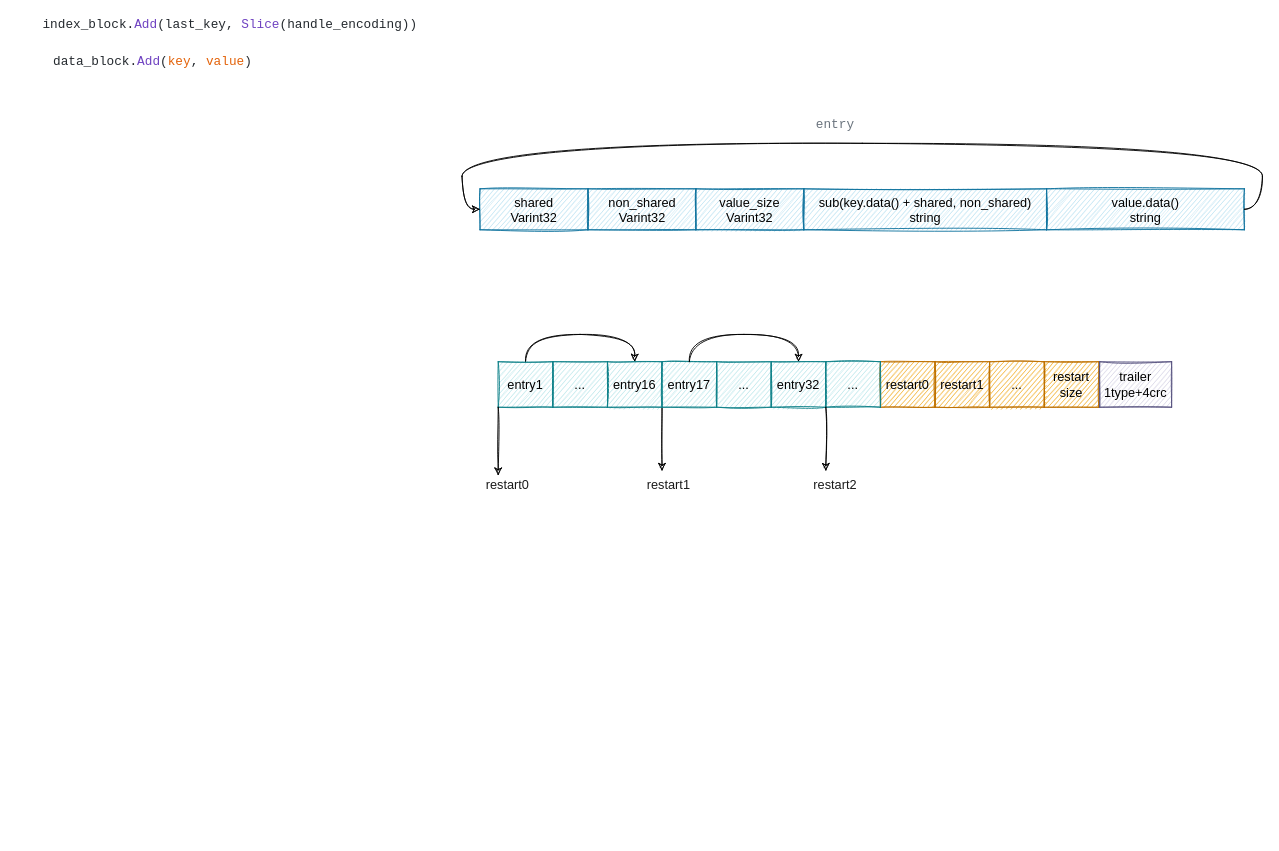
Earlier version of the draw.io diagram 20211027.drawio (RiverFerry/picBed). Source tidied: cells renumbered, new cells numbered last; positions are measured from the earlier drawing's top-left corner, leaving out a move shared by most shapes. Both pictures are drawn from the tidied source at 91%, with x=0, y=0 at pixel (52, 15).
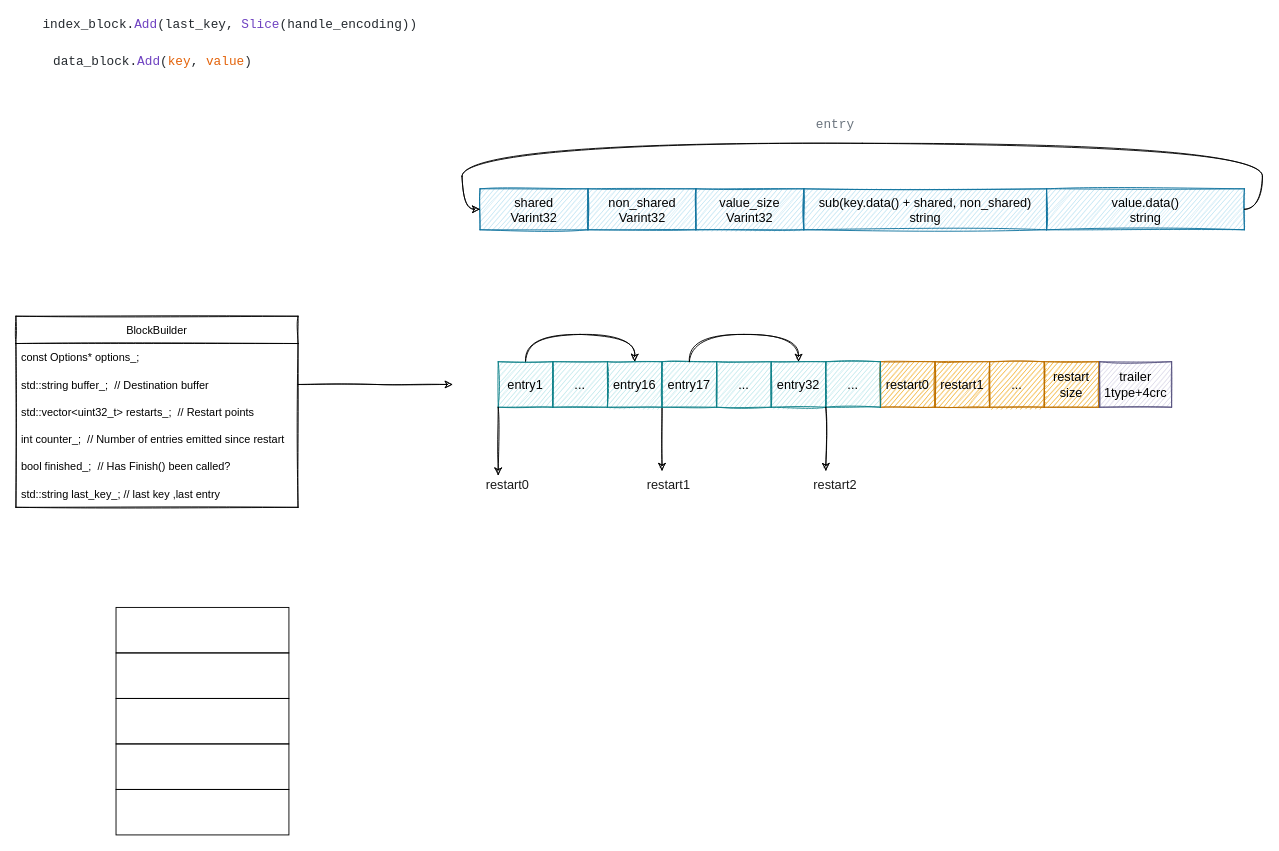
After the change.

Change to the diagram source:
```diff
@@
+    <mxCell id="32" value="BlockBuilder" style="swimlane;fontStyle=0;horizontal=1;startSize=30;sketch=1;" parent="1" vertex="1">
+      <mxGeometry x="-40" y="330" width="310" height="210" as="geometry" />
+    </mxCell>
+    <mxCell id="33" value="const Options* options_;" style="text;strokeColor=none;fillColor=none;align=left;verticalAlign=middle;spacingLeft=4;spacingRight=4;overflow=hidden;fontColor=#000000;sketch=1;" parent="32" vertex="1">
+      <mxGeometry y="30" width="310" height="30" as="geometry" />
+    </mxCell>
+    <mxCell id="34" value="std::string buffer_;  // Destination buffer" style="text;strokeColor=none;fillColor=none;align=left;verticalAlign=middle;spacingLeft=4;spacingRight=4;overflow=hidden;points=[[0,0.5],[1,0.5]];portConstraint=eastwest;fontColor=#000000;sketch=1;" parent="32" vertex="1">
+      <mxGeometry y="60" width="310" height="30" as="geometry" />
+    </mxCell>
+    <mxCell id="35" value="std::vector&lt;uint32_t&gt; restarts_;  // Restart points" style="text;strokeColor=none;fillColor=none;align=left;verticalAlign=middle;spacingLeft=4;spacingRight=4;overflow=hidden;sketch=1;" parent="32" vertex="1">
+      <mxGeometry y="90" width="310" height="30" as="geometry" />
+    </mxCell>
+    <mxCell id="36" value="int counter_;  // Number of entries emitted since restart" style="text;strokeColor=none;fillColor=none;align=left;verticalAlign=middle;spacingLeft=4;spacingRight=4;overflow=hidden;sketch=1;" parent="32" vertex="1">
+      <mxGeometry y="120" width="310" height="30" as="geometry" />
+    </mxCell>
+    <mxCell id="37" value="bool finished_;  // Has Finish() been called?" style="text;strokeColor=none;fillColor=none;align=left;verticalAlign=middle;spacingLeft=4;spacingRight=4;overflow=hidden;sketch=1;" parent="32" vertex="1">
+      <mxGeometry y="150" width="310" height="30" as="geometry" />
+    </mxCell>
+    <mxCell id="38" value="std::string last_key_; // last key ,last entry" style="text;strokeColor=none;fillColor=none;align=left;verticalAlign=middle;spacingLeft=4;spacingRight=4;overflow=hidden;sketch=1;" parent="32" vertex="1">
+      <mxGeometry y="180" width="310" height="30" as="geometry" />
+    </mxCell>
@@
+    <mxCell id="39" style="edgeStyle=orthogonalEdgeStyle;rounded=0;jettySize=auto;html=1;fontSize=14;sketch=1;" parent="1" edge="1" source="34">
+      <mxGeometry relative="1" as="geometry">
+        <mxPoint x="440" y="405" as="targetPoint" />
+      </mxGeometry>
+    </mxCell>
@@
+    <mxCell id="40" style="rounded=0;whiteSpace=wrap;html=1;shadow=0;sketch=0;fontSize=14;fontColor=#1A1A1A;strokeColor=default;fillColor=none;gradientColor=#ffffff;" parent="1" vertex="1">
+      <mxGeometry x="70" y="650" width="190" height="50" as="geometry" />
+    </mxCell>
+    <mxCell id="41" style="rounded=0;whiteSpace=wrap;html=1;shadow=0;sketch=0;fontSize=14;fontColor=#1A1A1A;strokeColor=default;fillColor=none;gradientColor=#ffffff;" parent="1" vertex="1">
+      <mxGeometry x="70" y="700" width="190" height="50" as="geometry" />
+    </mxCell>
+    <mxCell id="42" style="rounded=0;whiteSpace=wrap;html=1;shadow=0;sketch=0;fontSize=14;fontColor=#1A1A1A;strokeColor=default;fillColor=none;gradientColor=#ffffff;" parent="1" vertex="1">
+      <mxGeometry x="70" y="750" width="190" height="50" as="geometry" />
+    </mxCell>
+    <mxCell id="43" style="rounded=0;whiteSpace=wrap;html=1;shadow=0;sketch=0;fontSize=14;fontColor=#1A1A1A;strokeColor=default;fillColor=none;gradientColor=#ffffff;" parent="1" vertex="1">
+      <mxGeometry x="70" y="800" width="190" height="50" as="geometry" />
+    </mxCell>
+    <mxCell id="44" style="rounded=0;whiteSpace=wrap;html=1;shadow=0;sketch=0;fontSize=14;fontColor=#1A1A1A;strokeColor=default;fillColor=none;gradientColor=#ffffff;" parent="1" vertex="1">
+      <mxGeometry x="70" y="850" width="190" height="50" as="geometry" />
+    </mxCell>
```
